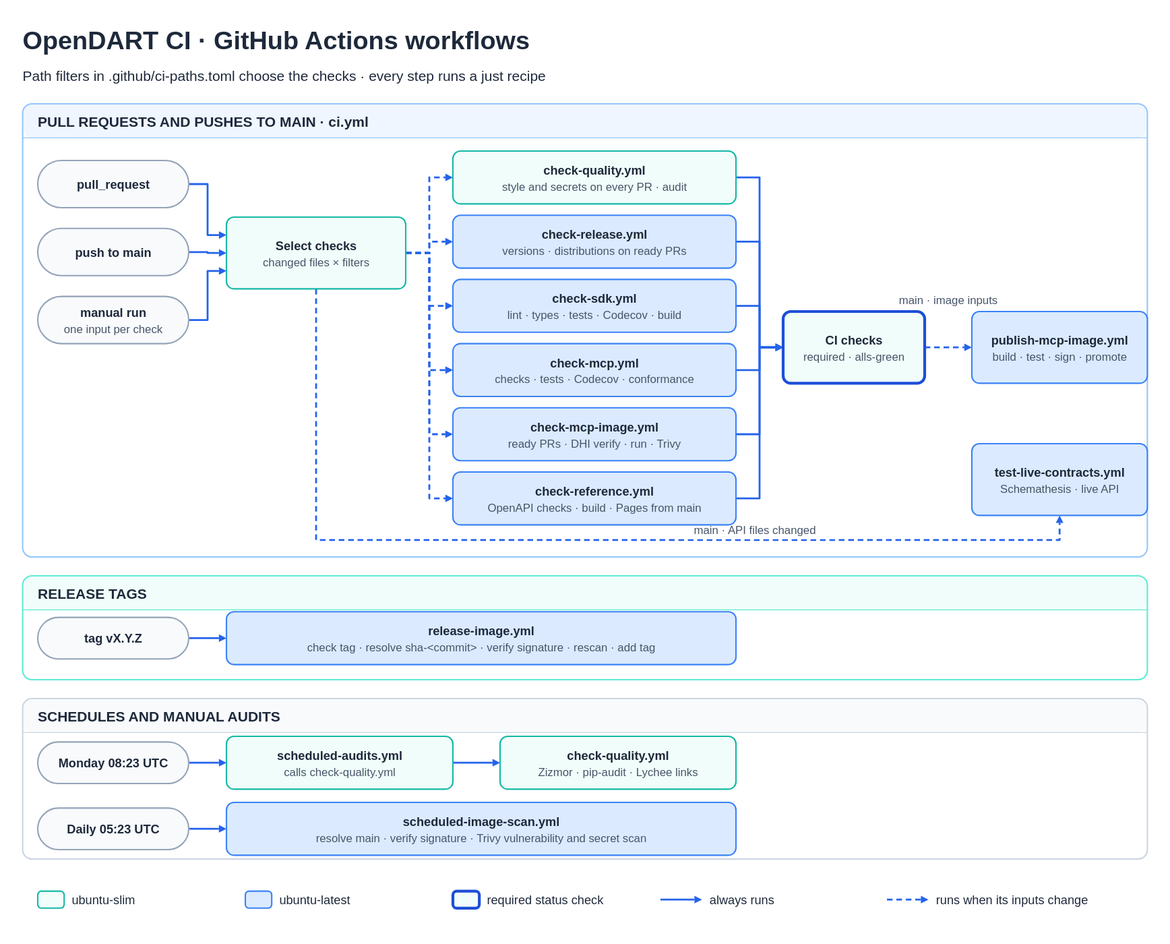
orestxherija/opendart keeps this draw.io diagram as .github/workflows.svg. Above is the earlier version. Source tidied: cells renumbered, new cells last; positions are measured from the earlier drawing's top-left corner, leaving out a move shared by most shapes.
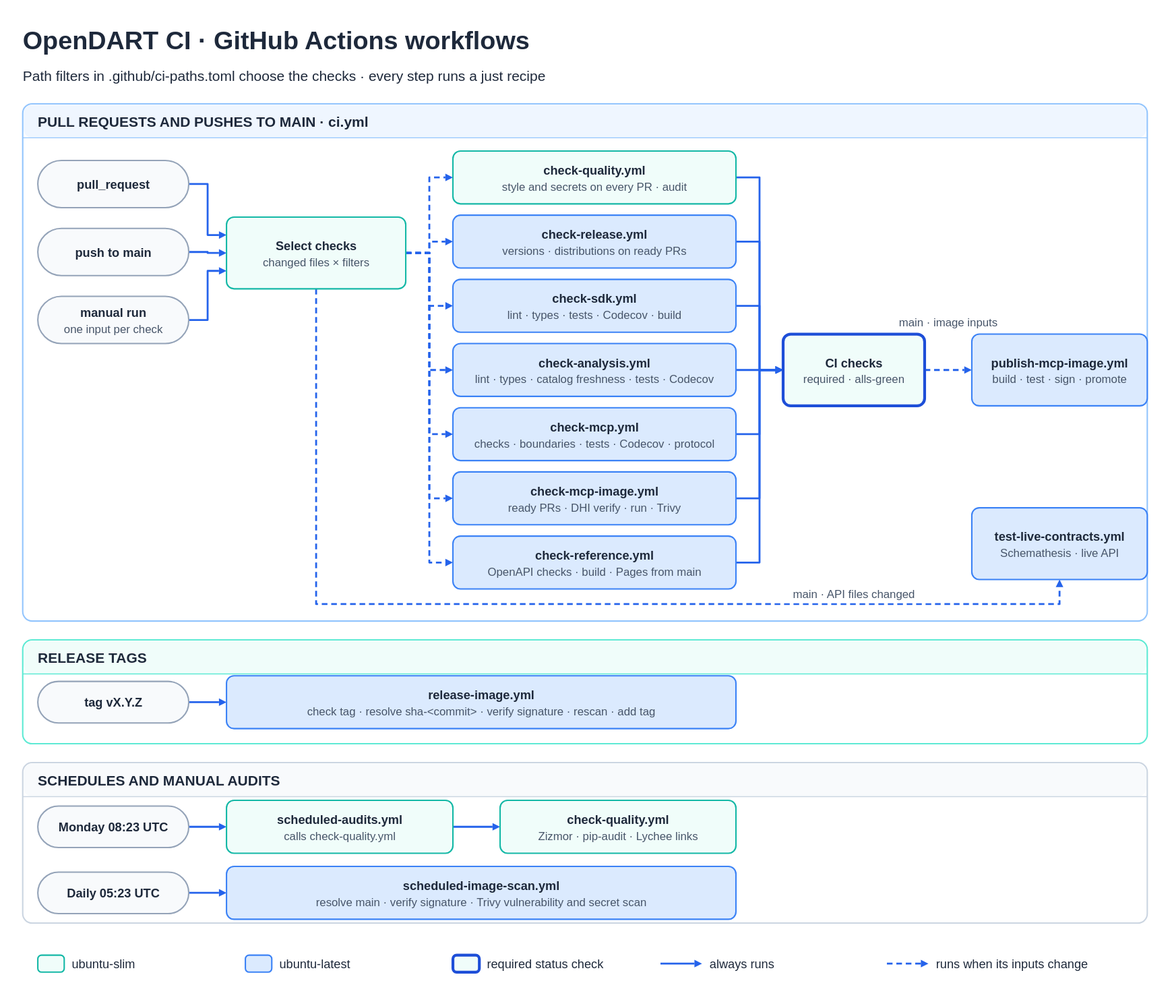
After the change.

The edit, as a diff of the source:
```diff
@@ -3,13 +3,13 @@
     <mxCell id="0" />
     <mxCell id="1" parent="0" />
     <mxCell id="2" value="OpenDART CI · GitHub Actions workflows" style="text;html=1;fontFamily=Arial;fontSize=27;fontColor=#1e293b;fontStyle=1;align=left;verticalAlign=middle;" parent="1" vertex="1">
-      <mxGeometry width="1192" height="38" as="geometry" />
+      <mxGeometry y="-68" width="1192" height="38" as="geometry" />
     </mxCell>
     <mxCell id="3" value="Path filters in .github/ci-paths.toml choose the checks · every step runs a just recipe" style="text;html=1;fontFamily=Arial;fontSize=15;fontColor=#1e293b;align=left;verticalAlign=middle;" parent="1" vertex="1">
-      <mxGeometry y="46" width="1192" height="26" as="geometry" />
+      <mxGeometry y="-22" width="1192" height="26" as="geometry" />
     </mxCell>
     <mxCell id="4" value="PULL REQUESTS AND PUSHES TO MAIN · ci.yml" style="swimlane;rounded=1;html=1;fontFamily=Arial;fontSize=15;fontColor=#1e293b;fontStyle=1;startSize=36;horizontal=1;align=left;spacingLeft=16;fillColor=#eff6ff;strokeColor=#93c5fd;strokeWidth=1.5;swimlaneFillColor=#ffffff;" parent="1" vertex="1">
-      <mxGeometry y="88" width="1192" height="480" as="geometry" />
+      <mxGeometry y="20" width="1192" height="548" as="geometry" />
     </mxCell>
     <mxCell id="5" value="RELEASE TAGS" style="swimlane;rounded=1;html=1;fontFamily=Arial;fontSize=15;fontColor=#1e293b;fontStyle=1;startSize=36;horizontal=1;align=left;spacingLeft=16;fillColor=#f0fdfa;strokeColor=#5eead4;strokeWidth=1.5;swimlaneFillColor=#ffffff;" parent="1" vertex="1">
       <mxGeometry y="588" width="1192" height="110" as="geometry" />
@@ -18,27 +18,30 @@
       <mxGeometry y="718" width="1192" height="170" as="geometry" />
     </mxCell>
     <mxCell id="7" value="&lt;b&gt;pull_request&lt;/b&gt;" style="rounded=1;whiteSpace=wrap;html=1;fontFamily=Arial;fontSize=13;fontColor=#1e293b;spacing=12;fillColor=#f8fafc;strokeColor=#94a3b8;strokeWidth=1.5;arcSize=50;" parent="1" vertex="1">
-      <mxGeometry x="16" y="148" width="160" height="50" as="geometry" />
+      <mxGeometry x="16" y="80" width="160" height="50" as="geometry" />
     </mxCell>
     <mxCell id="8" value="&lt;b&gt;push to main&lt;/b&gt;" style="rounded=1;whiteSpace=wrap;html=1;fontFamily=Arial;fontSize=13;fontColor=#1e293b;spacing=12;fillColor=#f8fafc;strokeColor=#94a3b8;strokeWidth=1.5;arcSize=50;" parent="1" vertex="1">
-      <mxGeometry x="16" y="220" width="160" height="50" as="geometry" />
+      <mxGeometry x="16" y="152" width="160" height="50" as="geometry" />
     </mxCell>
     <mxCell id="9" value="&lt;b&gt;manual run&lt;/b&gt;&lt;br&gt;&lt;font style=&quot;font-size:12px&quot; color=&quot;#475569&quot;&gt;one input per check&lt;/font&gt;" style="rounded=1;whiteSpace=wrap;html=1;fontFamily=Arial;fontSize=13;fontColor=#1e293b;spacing=12;fillColor=#f8fafc;strokeColor=#94a3b8;strokeWidth=1.5;arcSize=50;" parent="1" vertex="1">
-      <mxGeometry x="16" y="292" width="160" height="50" as="geometry" />
+      <mxGeometry x="16" y="224" width="160" height="50" as="geometry" />
     </mxCell>
     <mxCell id="10" value="&lt;b&gt;Select checks&lt;/b&gt;&lt;br&gt;&lt;font style=&quot;font-size:12px&quot; color=&quot;#475569&quot;&gt;changed files × filters&lt;/font&gt;" style="rounded=1;whiteSpace=wrap;html=1;fontFamily=Arial;fontSize=13;fontColor=#1e293b;spacing=12;fillColor=#f0fdfa;strokeColor=#14b8a6;strokeWidth=1.5;" parent="1" vertex="1">
-      <mxGeometry x="216" y="208" width="190" height="76" as="geometry" />
+      <mxGeometry x="216" y="140" width="190" height="76" as="geometry" />
     </mxCell>
     <mxCell id="11" value="&lt;b&gt;check-quality.yml&lt;/b&gt;&lt;br&gt;&lt;font style=&quot;font-size:12px&quot; color=&quot;#475569&quot;&gt;style and secrets on every PR · audit&lt;/font&gt;" style="rounded=1;whiteSpace=wrap;html=1;fontFamily=Arial;fontSize=13;fontColor=#1e293b;spacing=12;fillColor=#f0fdfa;strokeColor=#14b8a6;strokeWidth=1.5;" parent="1" vertex="1">
-      <mxGeometry x="456" y="138" width="300" height="56" as="geometry" />
+      <mxGeometry x="456" y="70" width="300" height="56" as="geometry" />
     </mxCell>
     <mxCell id="12" value="&lt;b&gt;check-release.yml&lt;/b&gt;&lt;br&gt;&lt;font style=&quot;font-size:12px&quot; color=&quot;#475569&quot;&gt;versions · distributions on ready PRs&lt;/font&gt;" style="rounded=1;whiteSpace=wrap;html=1;fontFamily=Arial;fontSize=13;fontColor=#1e293b;spacing=12;fillColor=#dbeafe;strokeColor=#3b82f6;strokeWidth=1.5;" parent="1" vertex="1">
-      <mxGeometry x="456" y="206" width="300" height="56" as="geometry" />
+      <mxGeometry x="456" y="138" width="300" height="56" as="geometry" />
     </mxCell>
     <mxCell id="13" value="&lt;b&gt;check-sdk.yml&lt;/b&gt;&lt;br&gt;&lt;font style=&quot;font-size:12px&quot; color=&quot;#475569&quot;&gt;lint · types · tests · Codecov · build&lt;/font&gt;" style="rounded=1;whiteSpace=wrap;html=1;fontFamily=Arial;fontSize=13;fontColor=#1e293b;spacing=12;fillColor=#dbeafe;strokeColor=#3b82f6;strokeWidth=1.5;" parent="1" vertex="1">
-      <mxGeometry x="456" y="274" width="300" height="56" as="geometry" />
+      <mxGeometry x="456" y="206" width="300" height="56" as="geometry" />
     </mxCell>
+    <mxCell id="58" value="&lt;b&gt;check-analysis.yml&lt;/b&gt;&lt;br&gt;&lt;font style=&quot;font-size:12px&quot; color=&quot;#475569&quot;&gt;lint · types · catalog freshness · tests · Codecov&lt;/font&gt;" style="rounded=1;whiteSpace=wrap;html=1;fontFamily=Arial;fontSize=13;fontColor=#1e293b;spacing=12;fillColor=#dbeafe;strokeColor=#3b82f6;strokeWidth=1.5;" parent="1" vertex="1">
+      <mxGeometry x="456" y="274" width="300" height="56" as="geometry" />
+    </mxCell>
-    <mxCell id="14" value="&lt;b&gt;check-mcp.yml&lt;/b&gt;&lt;br&gt;&lt;font style=&quot;font-size:12px&quot; color=&quot;#475569&quot;&gt;checks · tests · Codecov · conformance&lt;/font&gt;" style="rounded=1;whiteSpace=wrap;html=1;fontFamily=Arial;fontSize=13;fontColor=#1e293b;spacing=12;fillColor=#dbeafe;strokeColor=#3b82f6;strokeWidth=1.5;" parent="1" vertex="1">
+    <mxCell id="14" value="&lt;b&gt;check-mcp.yml&lt;/b&gt;&lt;br&gt;&lt;font style=&quot;font-size:12px&quot; color=&quot;#475569&quot;&gt;checks · boundaries · tests · Codecov · protocol&lt;/font&gt;" style="rounded=1;whiteSpace=wrap;html=1;fontFamily=Arial;fontSize=13;fontColor=#1e293b;spacing=12;fillColor=#dbeafe;strokeColor=#3b82f6;strokeWidth=1.5;" parent="1" vertex="1">
       <mxGeometry x="456" y="342" width="300" height="56" as="geometry" />
     </mxCell>
     <mxCell id="15" value="&lt;b&gt;check-mcp-image.yml&lt;/b&gt;&lt;br&gt;&lt;font style=&quot;font-size:12px&quot; color=&quot;#475569&quot;&gt;ready PRs · DHI verify · run · Trivy&lt;/font&gt;" style="rounded=1;whiteSpace=wrap;html=1;fontFamily=Arial;fontSize=13;fontColor=#1e293b;spacing=12;fillColor=#dbeafe;strokeColor=#3b82f6;strokeWidth=1.5;" parent="1" vertex="1">
@@ -48,10 +51,10 @@
       <mxGeometry x="456" y="478" width="300" height="56" as="geometry" />
     </mxCell>
     <mxCell id="17" value="&lt;b&gt;CI checks&lt;/b&gt;&lt;br&gt;&lt;font style=&quot;font-size:12px&quot; color=&quot;#475569&quot;&gt;required · alls-green&lt;/font&gt;" style="rounded=1;whiteSpace=wrap;html=1;fontFamily=Arial;fontSize=13;fontColor=#1e293b;spacing=12;fillColor=#f0fdfa;strokeColor=#1d4ed8;strokeWidth=3;" parent="1" vertex="1">
-      <mxGeometry x="806" y="308" width="150" height="76" as="geometry" />
+      <mxGeometry x="806" y="264" width="150" height="76" as="geometry" />
     </mxCell>
     <mxCell id="18" value="&lt;b&gt;publish-mcp-image.yml&lt;/b&gt;&lt;br&gt;&lt;font style=&quot;font-size:12px&quot; color=&quot;#475569&quot;&gt;build · test · sign · promote&lt;/font&gt;" style="rounded=1;whiteSpace=wrap;html=1;fontFamily=Arial;fontSize=13;fontColor=#1e293b;spacing=12;fillColor=#dbeafe;strokeColor=#3b82f6;strokeWidth=1.5;" parent="1" vertex="1">
-      <mxGeometry x="1006" y="308" width="186" height="76" as="geometry" />
+      <mxGeometry x="1006" y="264" width="186" height="76" as="geometry" />
     </mxCell>
     <mxCell id="19" value="&lt;b&gt;test-live-contracts.yml&lt;/b&gt;&lt;br&gt;&lt;font style=&quot;font-size:12px&quot; color=&quot;#475569&quot;&gt;Schemathesis · live API&lt;/font&gt;" style="rounded=1;whiteSpace=wrap;html=1;fontFamily=Arial;fontSize=13;fontColor=#1e293b;spacing=12;fillColor=#dbeafe;strokeColor=#3b82f6;strokeWidth=1.5;" parent="1" vertex="1">
       <mxGeometry x="1006" y="448" width="186" height="76" as="geometry" />
@@ -80,79 +83,90 @@
     <mxCell id="27" style="edgeStyle=orthogonalEdgeStyle;rounded=1;html=1;strokeWidth=2;strokeColor=#2563eb;endArrow=block;endFill=1;exitX=1.000;exitY=0.500;entryX=0.000;entryY=0.250;exitPerimeter=0;entryPerimeter=0;fontFamily=Arial;fontSize=12;fontColor=#475569;labelBackgroundColor=#ffffff;" parent="1" edge="1" source="7" target="10">
       <mxGeometry relative="1" as="geometry">
         <Array as="points">
-          <mxPoint x="196" y="173" />
-          <mxPoint x="196" y="227" />
+          <mxPoint x="196" y="105" />
+          <mxPoint x="196" y="159" />
         </Array>
       </mxGeometry>
     </mxCell>
     <mxCell id="28" style="edgeStyle=orthogonalEdgeStyle;rounded=1;html=1;strokeWidth=2;strokeColor=#2563eb;endArrow=block;endFill=1;exitX=1.000;exitY=0.500;entryX=0.000;entryY=0.500;exitPerimeter=0;entryPerimeter=0;fontFamily=Arial;fontSize=12;fontColor=#475569;labelBackgroundColor=#ffffff;" parent="1" edge="1" source="8" target="10">
       <mxGeometry relative="1" as="geometry">
         <Array as="points">
-          <mxPoint x="196" y="245" />
-          <mxPoint x="196" y="246" />
+          <mxPoint x="196" y="177" />
+          <mxPoint x="196" y="178" />
         </Array>
       </mxGeometry>
     </mxCell>
     <mxCell id="29" style="edgeStyle=orthogonalEdgeStyle;rounded=1;html=1;strokeWidth=2;strokeColor=#2563eb;endArrow=block;endFill=1;exitX=1.000;exitY=0.500;entryX=0.000;entryY=0.750;exitPerimeter=0;entryPerimeter=0;fontFamily=Arial;fontSize=12;fontColor=#475569;labelBackgroundColor=#ffffff;" parent="1" edge="1" source="9" target="10">
       <mxGeometry relative="1" as="geometry">
         <Array as="points">
-          <mxPoint x="196" y="317" />
-          <mxPoint x="196" y="265" />
+          <mxPoint x="196" y="249" />
+          <mxPoint x="196" y="197" />
         </Array>
       </mxGeometry>
     </mxCell>
     <mxCell id="30" style="edgeStyle=orthogonalEdgeStyle;rounded=1;html=1;strokeWidth=2;strokeColor=#2563eb;endArrow=block;endFill=1;exitX=1.000;exitY=0.500;entryX=0.000;entryY=0.500;exitPerimeter=0;entryPerimeter=0;fontFamily=Arial;fontSize=12;fontColor=#475569;labelBackgroundColor=#ffffff;dashed=1;dashPattern=6 4;" parent="1" edge="1" source="10" target="11">
       <mxGeometry relative="1" as="geometry">
         <Array as="points">
-          <mxPoint x="431" y="246" />
-          <mxPoint x="431" y="166" />
+          <mxPoint x="431" y="178" />
+          <mxPoint x="431" y="98" />
         </Array>
       </mxGeometry>
     </mxCell>
     <mxCell id="31" style="edgeStyle=orthogonalEdgeStyle;rounded=1;html=1;strokeWidth=2;strokeColor=#2563eb;endArrow=block;endFill=1;exitX=1.000;exitY=0.500;entryX=0.000;entryY=0.500;exitPerimeter=0;entryPerimeter=0;fontFamily=Arial;fontSize=12;fontColor=#475569;labelBackgroundColor=#ffffff;" parent="1" edge="1" source="11" target="17">
       <mxGeometry relative="1" as="geometry">
         <Array as="points">
-          <mxPoint x="781" y="166" />
-          <mxPoint x="781" y="346" />
+          <mxPoint x="781" y="98" />
+          <mxPoint x="781" y="302" />
         </Array>
       </mxGeometry>
     </mxCell>
     <mxCell id="32" style="edgeStyle=orthogonalEdgeStyle;rounded=1;html=1;strokeWidth=2;strokeColor=#2563eb;endArrow=block;endFill=1;exitX=1.000;exitY=0.500;entryX=0.000;entryY=0.500;exitPerimeter=0;entryPerimeter=0;fontFamily=Arial;fontSize=12;fontColor=#475569;labelBackgroundColor=#ffffff;dashed=1;dashPattern=6 4;" parent="1" edge="1" source="10" target="12">
       <mxGeometry relative="1" as="geometry">
         <Array as="points">
-          <mxPoint x="431" y="246" />
-          <mxPoint x="431" y="234" />
+          <mxPoint x="431" y="178" />
+          <mxPoint x="431" y="166" />
         </Array>
       </mxGeometry>
     </mxCell>
     <mxCell id="33" style="edgeStyle=orthogonalEdgeStyle;rounded=1;html=1;strokeWidth=2;strokeColor=#2563eb;endArrow=block;endFill=1;exitX=1.000;exitY=0.500;entryX=0.000;entryY=0.500;exitPerimeter=0;entryPerimeter=0;fontFamily=Arial;fontSize=12;fontColor=#475569;labelBackgroundColor=#ffffff;" parent="1" edge="1" source="12" target="17">
       <mxGeometry relative="1" as="geometry">
         <Array as="points">
-          <mxPoint x="781" y="234" />
-          <mxPoint x="781" y="346" />
+          <mxPoint x="781" y="166" />
+          <mxPoint x="781" y="302" />
         </Array>
       </mxGeometry>
     </mxCell>
     <mxCell id="34" style="edgeStyle=orthogonalEdgeStyle;rounded=1;html=1;strokeWidth=2;strokeColor=#2563eb;endArrow=block;endFill=1;exitX=1.000;exitY=0.500;entryX=0.000;entryY=0.500;exitPerimeter=0;entryPerimeter=0;fontFamily=Arial;fontSize=12;fontColor=#475569;labelBackgroundColor=#ffffff;dashed=1;dashPattern=6 4;" parent="1" edge="1" source="10" target="13">
       <mxGeometry relative="1" as="geometry">
         <Array as="points">
-          <mxPoint x="431" y="246" />
-          <mxPoint x="431" y="302" />
+          <mxPoint x="431" y="178" />
+          <mxPoint x="431" y="234" />
         </Array>
       </mxGeometry>
     </mxCell>
     <mxCell id="35" style="edgeStyle=orthogonalEdgeStyle;rounded=1;html=1;strokeWidth=2;strokeColor=#2563eb;endArrow=block;endFill=1;exitX=1.000;exitY=0.500;entryX=0.000;entryY=0.500;exitPerimeter=0;entryPerimeter=0;fontFamily=Arial;fontSize=12;fontColor=#475569;labelBackgroundColor=#ffffff;" parent="1" edge="1" source="13" target="17">
       <mxGeometry relative="1" as="geometry">
         <Array as="points">
+          <mxPoint x="781" y="234" />
           <mxPoint x="781" y="302" />
-          <mxPoint x="781" y="346" />
         </Array>
       </mxGeometry>
     </mxCell>
+    <mxCell id="59" style="edgeStyle=orthogonalEdgeStyle;rounded=1;html=1;strokeWidth=2;strokeColor=#2563eb;endArrow=block;endFill=1;exitX=1.000;exitY=0.500;entryX=0.000;entryY=0.500;exitPerimeter=0;entryPerimeter=0;fontFamily=Arial;fontSize=12;fontColor=#475569;labelBackgroundColor=#ffffff;dashed=1;dashPattern=6 4;" parent="1" edge="1" source="10" target="58">
+      <mxGeometry relative="1" as="geometry">
+        <Array as="points">
+          <mxPoint x="431" y="178" />
+          <mxPoint x="431" y="302" />
+        </Array>
+      </mxGeometry>
+    </mxCell>
+    <mxCell id="60" style="edgeStyle=orthogonalEdgeStyle;rounded=1;html=1;strokeWidth=2;strokeColor=#2563eb;endArrow=block;endFill=1;exitX=1.000;exitY=0.500;entryX=0.000;entryY=0.500;exitPerimeter=0;entryPerimeter=0;fontFamily=Arial;fontSize=12;fontColor=#475569;labelBackgroundColor=#ffffff;" parent="1" edge="1" source="58" target="17">
+      <mxGeometry relative="1" as="geometry" />
+    </mxCell>
     <mxCell id="36" style="edgeStyle=orthogonalEdgeStyle;rounded=1;html=1;strokeWidth=2;strokeColor=#2563eb;endArrow=block;endFill=1;exitX=1.000;exitY=0.500;entryX=0.000;entryY=0.500;exitPerimeter=0;entryPerimeter=0;fontFamily=Arial;fontSize=12;fontColor=#475569;labelBackgroundColor=#ffffff;dashed=1;dashPattern=6 4;" parent="1" edge="1" source="10" target="14">
       <mxGeometry relative="1" as="geometry">
         <Array as="points">
-          <mxPoint x="431" y="246" />
+          <mxPoint x="431" y="178" />
           <mxPoint x="431" y="370" />
         </Array>
       </mxGeometry>
@@ -161,14 +175,14 @@
       <mxGeometry relative="1" as="geometry">
         <Array as="points">
           <mxPoint x="781" y="370" />
-          <mxPoint x="781" y="346" />
+          <mxPoint x="781" y="302" />
         </Array>
       </mxGeometry>
     </mxCell>
     <mxCell id="38" style="edgeStyle=orthogonalEdgeStyle;rounded=1;html=1;strokeWidth=2;strokeColor=#2563eb;endArrow=block;endFill=1;exitX=1.000;exitY=0.500;entryX=0.000;entryY=0.500;exitPerimeter=0;entryPerimeter=0;fontFamily=Arial;fontSize=12;fontColor=#475569;labelBackgroundColor=#ffffff;dashed=1;dashPattern=6 4;" parent="1" edge="1" source="10" target="15">
       <mxGeometry relative="1" as="geometry">
         <Array as="points">
-          <mxPoint x="431" y="246" />
+          <mxPoint x="431" y="178" />
           <mxPoint x="431" y="438" />
         </Array>
       </mxGeometry>
@@ -177,14 +191,14 @@
       <mxGeometry relative="1" as="geometry">
         <Array as="points">
           <mxPoint x="781" y="438" />
-          <mxPoint x="781" y="346" />
+          <mxPoint x="781" y="302" />
         </Array>
       </mxGeometry>
     </mxCell>
     <mxCell id="40" style="edgeStyle=orthogonalEdgeStyle;rounded=1;html=1;strokeWidth=2;strokeColor=#2563eb;endArrow=block;endFill=1;exitX=1.000;exitY=0.500;entryX=0.000;entryY=0.500;exitPerimeter=0;entryPerimeter=0;fontFamily=Arial;fontSize=12;fontColor=#475569;labelBackgroundColor=#ffffff;dashed=1;dashPattern=6 4;" parent="1" edge="1" source="10" target="16">
       <mxGeometry relative="1" as="geometry">
         <Array as="points">
-          <mxPoint x="431" y="246" />
+          <mxPoint x="431" y="178" />
           <mxPoint x="431" y="506" />
         </Array>
       </mxGeometry>
@@ -193,7 +207,7 @@
       <mxGeometry relative="1" as="geometry">
         <Array as="points">
           <mxPoint x="781" y="506" />
-          <mxPoint x="781" y="346" />
+          <mxPoint x="781" y="302" />
         </Array>
       </mxGeometry>
     </mxCell>
```
